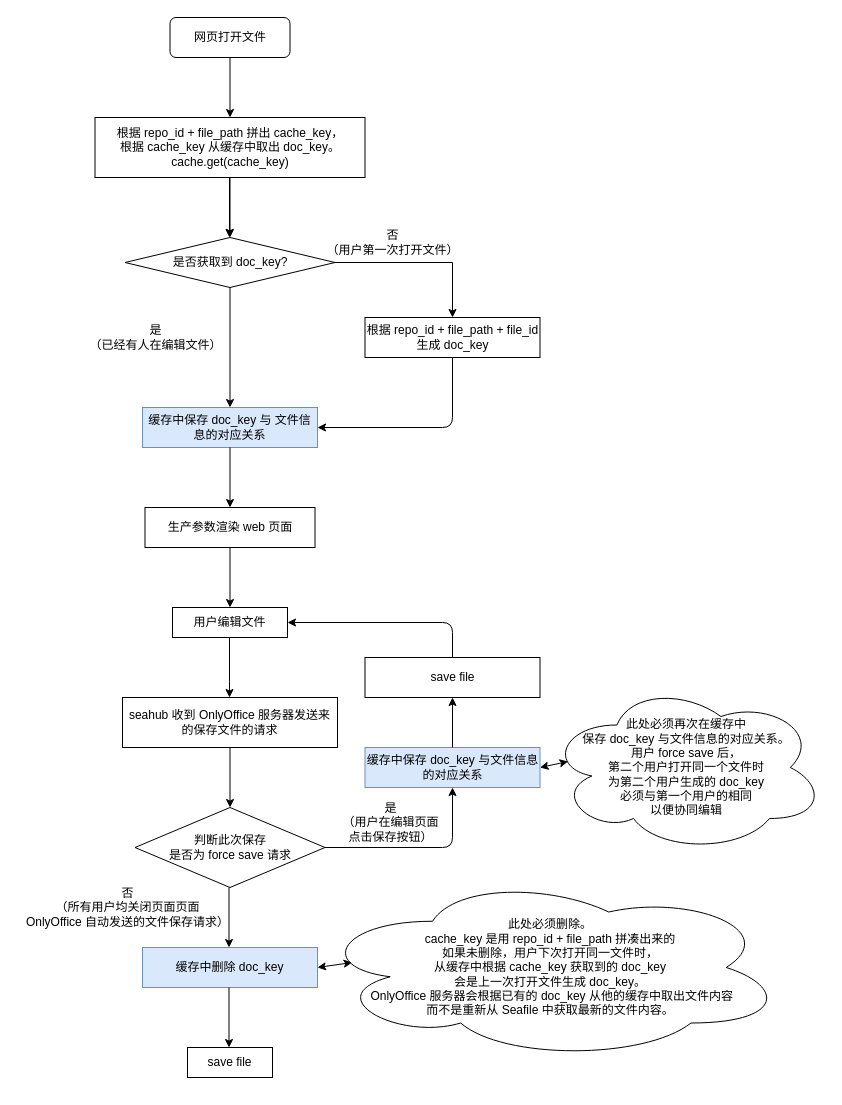
The draw.io diagram docs/onlyoffice/onlyoffice-edit-file-flow-chart.drawio in imwhatiam/cheatsheet, before the edit. Source tidied: cells renumbered, new cells numbered last; positions are measured from the earlier drawing's top-left corner, leaving out a move shared by most shapes. Both pictures are drawn from the tidied source at 100%, with x=0, y=0 at pixel (17, 17).
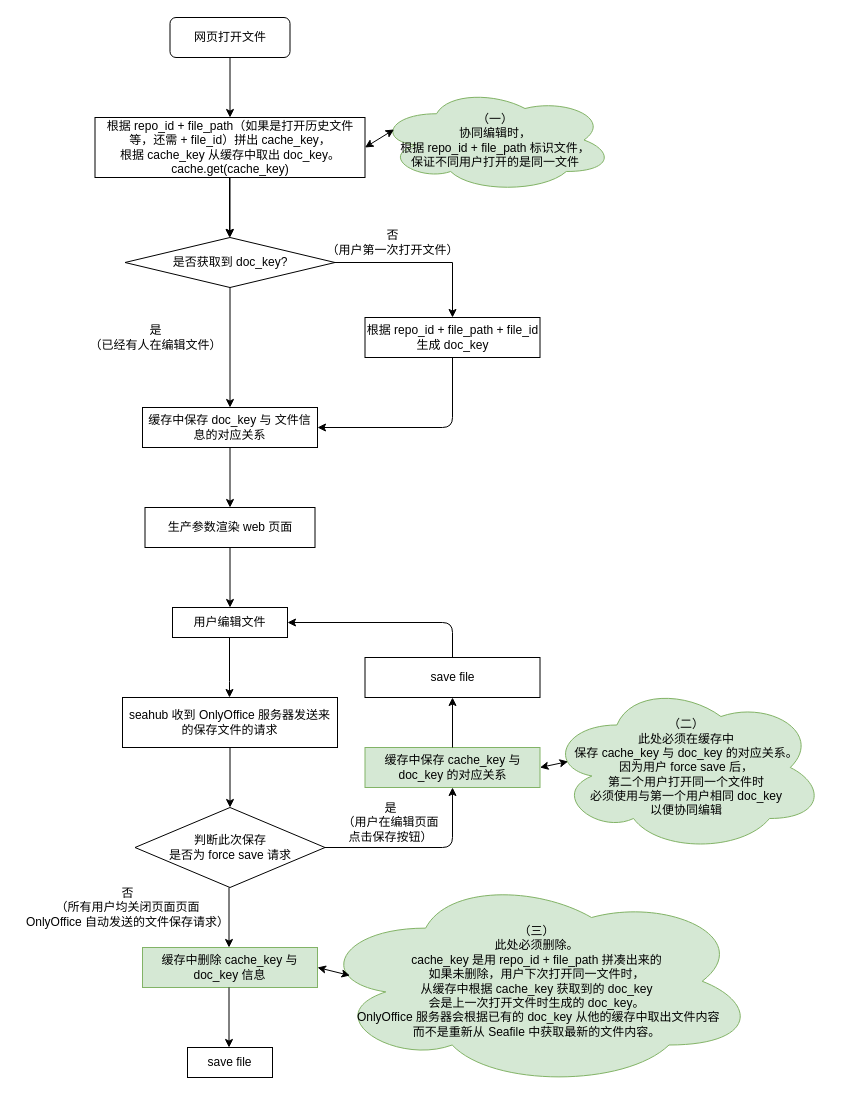
The same diagram, later.

Diff of the diagram source:
```diff
@@
-    <mxCell id="3" value="&lt;span&gt;根据 repo_id + file_path 拼出 cache_key，&lt;/span&gt;&lt;br&gt;&lt;span&gt;根据 cache_key 从缓存中取出 doc_key。&lt;/span&gt;&lt;br&gt;&lt;span&gt;cache.get(cache_key)&lt;/span&gt;" style="rounded=0;whiteSpace=wrap;html=1;" parent="1" vertex="1">
+    <mxCell id="3" value="&lt;span&gt;根据 repo_id + file_path（如果是打开历史文件等，还需 + file_id）拼出 cache_key，&lt;/span&gt;&lt;br&gt;&lt;span&gt;根据 cache_key 从缓存中取出 doc_key。&lt;/span&gt;&lt;br&gt;&lt;span&gt;cache.get(cache_key)&lt;/span&gt;" style="rounded=0;whiteSpace=wrap;html=1;" parent="1" vertex="1">
       <mxGeometry x="77.5" y="100" width="270" height="60" as="geometry" />
     </mxCell>
@@
-    <mxCell id="10" value="缓存中保存 doc_key 与 文件信息的对应关系&lt;br&gt;" style="rounded=0;whiteSpace=wrap;html=1;fillColor=#dae8fc;strokeColor=#6c8ebf;" parent="1" vertex="1">
+    <mxCell id="10" value="缓存中保存 doc_key 与 文件信息的对应关系&lt;br&gt;" style="rounded=0;whiteSpace=wrap;html=1;" parent="1" vertex="1">
       <mxGeometry x="125" y="390" width="175" height="40" as="geometry" />
     </mxCell>
@@
-    <mxCell id="26" value="缓存中保存 doc_key 与文件信息的对应关系" style="rounded=0;whiteSpace=wrap;html=1;fillColor=#dae8fc;strokeColor=#6c8ebf;" parent="1" vertex="1">
+    <mxCell id="26" value="缓存中保存 cache_key 与 doc_key 的对应关系" style="rounded=0;whiteSpace=wrap;html=1;fillColor=#d5e8d4;strokeColor=#82b366;" parent="1" vertex="1">
       <mxGeometry x="347.5" y="730" width="175" height="40" as="geometry" />
     </mxCell>
@@
-    <mxCell id="32" value="缓存中删除 doc_key" style="rounded=0;whiteSpace=wrap;html=1;fillColor=#dae8fc;strokeColor=#6c8ebf;" parent="1" vertex="1">
+    <mxCell id="32" value="缓存中删除 cache_key 与 doc_key 信息" style="rounded=0;whiteSpace=wrap;html=1;fillColor=#d5e8d4;strokeColor=#82b366;" parent="1" vertex="1">
       <mxGeometry x="125" y="930" width="175" height="40" as="geometry" />
     </mxCell>
@@
-    <mxCell id="35" value="此处必须再次在缓存中&lt;br&gt;保存 doc_key 与文件信息的对应关系。&lt;br&gt;用户 force save 后，&lt;br&gt;第二个用户打开同一个文件时&lt;br&gt;为第二个用户生成的 doc_key &lt;br&gt;必须与第一个用户的相同&lt;br&gt;以便协同编辑" style="ellipse;shape=cloud;whiteSpace=wrap;html=1;" parent="1" vertex="1">
+    <mxCell id="35" value="（二）&lt;br&gt;此处必须在缓存中&lt;br&gt;保存 cache_key 与 doc_key 的对应关系。&lt;br&gt;因为用户 force save 后，&lt;br&gt;第二个用户打开同一个文件时&lt;br&gt;必须使用与第一个用户相同 doc_key&lt;br&gt;以便协同编辑" style="ellipse;shape=cloud;whiteSpace=wrap;html=1;labelBackgroundColor=none;fillColor=#d5e8d4;strokeColor=#82b366;" parent="1" vertex="1">
       <mxGeometry x="530" y="665" width="277.5" height="170" as="geometry" />
     </mxCell>
-    <mxCell id="36" value="此处必须删除。&lt;br&gt;cache_key 是用 repo_id + file_path 拼凑出来的&lt;br&gt;如果未删除，用户下次打开同一文件时，&lt;br&gt;从缓存中根据 cache_key 获取到的 doc_key&lt;br&gt;会是上一次打开文件生成 doc_key。&lt;br&gt;&amp;nbsp;OnlyOffice 服务器会根据已有的 doc_key 从他的缓存中取出文件内容&lt;br&gt;而不是重新从 Seafile 中获取最新的文件内容。" style="ellipse;shape=cloud;whiteSpace=wrap;html=1;" parent="1" vertex="1">
-      <mxGeometry x="297.5" y="857.5" width="470" height="185" as="geometry" />
+    <mxCell id="36" value="（三）&lt;br&gt;此处必须删除。&lt;br&gt;cache_key 是用 repo_id + file_path 拼凑出来的&lt;br&gt;如果未删除，用户下次打开同一文件时，&lt;br&gt;从缓存中根据 cache_key 获取到的 doc_key&lt;br&gt;会是上一次打开文件时生成的 doc_key。&lt;br&gt;&amp;nbsp;OnlyOffice 服务器会根据已有的 doc_key 从他的缓存中取出文件内容&lt;br&gt;而不是重新从 Seafile 中获取最新的文件内容。" style="ellipse;shape=cloud;whiteSpace=wrap;html=1;fillColor=#d5e8d4;strokeColor=#82b366;" parent="1" vertex="1">
+      <mxGeometry x="297.5" y="857.5" width="442.5" height="212.5" as="geometry" />
     </mxCell>
@@
+    <mxCell id="39" value="（一）&lt;br&gt;协同编辑时，&lt;br&gt;根据 repo_id + file_path 标识文件，&lt;br&gt;保证不同用户打开的是同一文件" style="ellipse;shape=cloud;whiteSpace=wrap;html=1;align=center;labelBackgroundColor=none;fillColor=#d5e8d4;strokeColor=#82b366;" parent="1" vertex="1">
+      <mxGeometry x="360" y="70" width="236" height="105" as="geometry" />
+    </mxCell>
+    <mxCell id="40" style="endArrow=classic;startArrow=classic;html=1;entryX=0.07;entryY=0.4;entryDx=0;entryDy=0;entryPerimeter=0;exitX=1;exitY=0.5;exitDx=0;exitDy=0;" parent="1" edge="1" source="3" target="39">
+      <mxGeometry relative="1" as="geometry" />
+    </mxCell>
```
